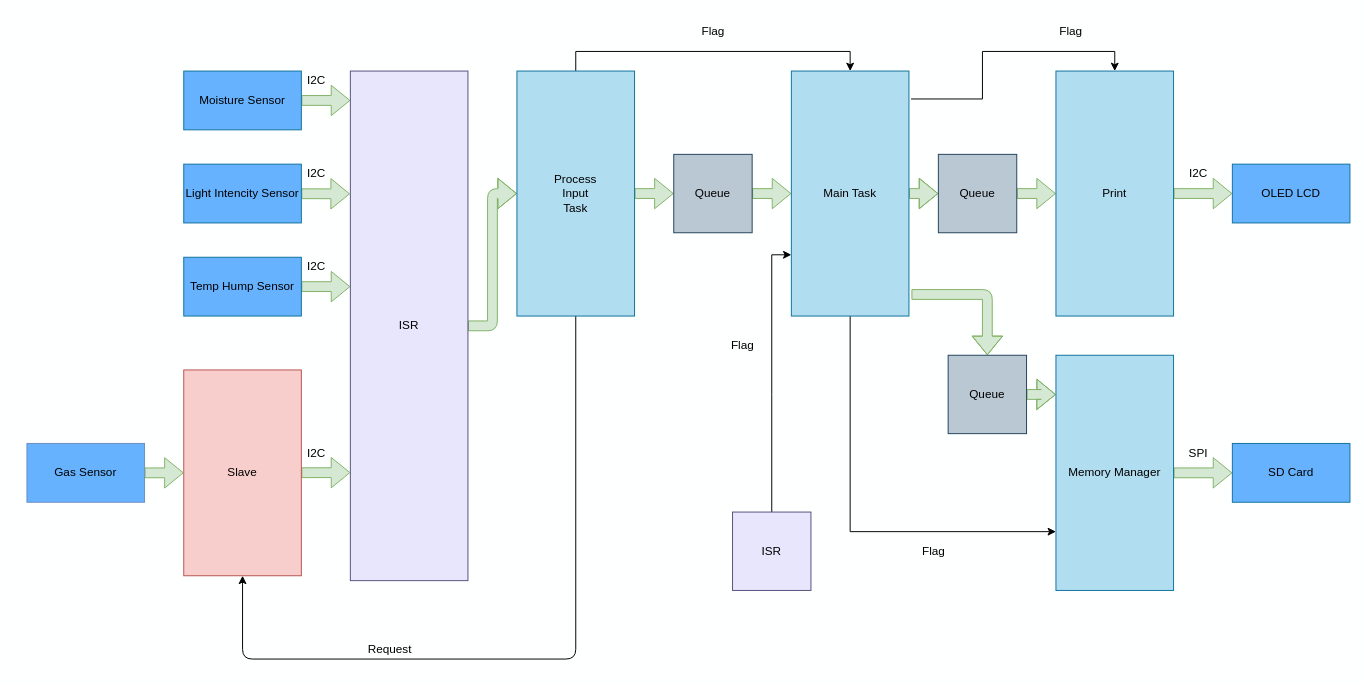
Before: page "DataFlow" (1 of 2) of Blockdiagram.drawio in otaros/CE224, a draw.io diagram. Source tidied: cells renumbered, new cells numbered last; positions are measured from the earlier drawing's top-left corner, leaving out a move shared by most shapes. Both pictures are drawn from the tidied source at 98%, with x=0, y=0 at pixel (26, 17).
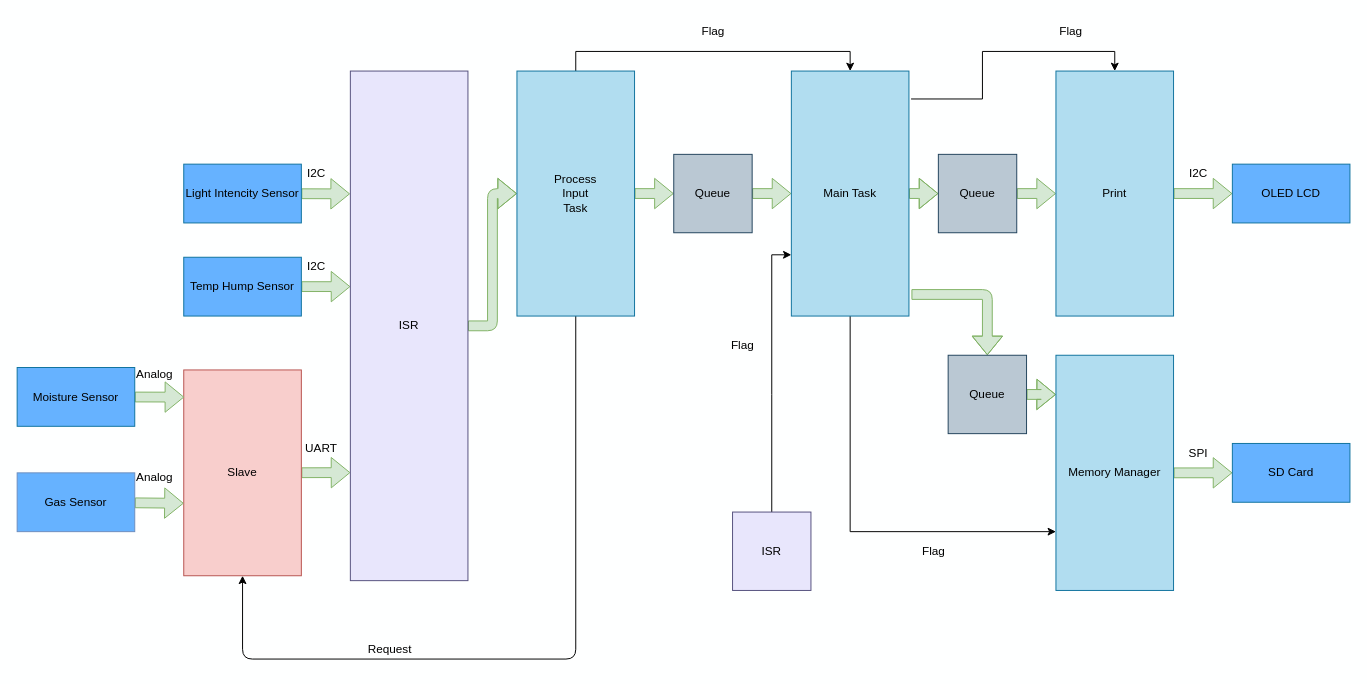
The same page after the edit.

The change refers to these unchanged cells:
```xml
<mxCell id="38" value="Slave" style="rounded=0;whiteSpace=wrap;html=1;fillColor=#f8cecc;strokeColor=#b85450;" parent="1" vertex="1">
  <mxGeometry x="160" y="360" width="120" height="210" as="geometry" />
</mxCell>
```

Change to the diagram source:
```diff
@@
-    <mxCell id="2" style="edgeStyle=none;html=1;shape=flexArrow;fillColor=#d5e8d4;strokeColor=#82b366;" parent="1" edge="1" source="3">
-      <mxGeometry relative="1" as="geometry">
-        <mxPoint x="330" y="85" as="targetPoint" />
-      </mxGeometry>
-    </mxCell>
-    <mxCell id="3" value="Moisture Sensor" style="rounded=0;whiteSpace=wrap;html=1;fillColor=#66B2FF;strokeColor=#10739e;" parent="1" vertex="1">
-      <mxGeometry x="160" y="55" width="120" height="60" as="geometry" />
-    </mxCell>
@@
-    <mxCell id="39" style="edgeStyle=none;shape=flexArrow;html=1;entryX=0;entryY=0.5;entryDx=0;entryDy=0;fillColor=#d5e8d4;strokeColor=#82b366;" parent="1" edge="1" source="40" target="38">
+    <mxCell id="39" style="edgeStyle=none;shape=flexArrow;html=1;entryX=0;entryY=0.648;entryDx=0;entryDy=0;fillColor=#d5e8d4;strokeColor=#82b366;entryPerimeter=0;" parent="1" edge="1" source="40" target="38">
       <mxGeometry relative="1" as="geometry" />
     </mxCell>
     <mxCell id="40" value="Gas Sensor" style="rounded=0;whiteSpace=wrap;html=1;fillColor=#66B2FF;strokeColor=#6c8ebf;" parent="1" vertex="1">
-      <mxGeometry y="435" width="120" height="60" as="geometry" />
+      <mxGeometry x="-10" y="465" width="120" height="60" as="geometry" />
     </mxCell>
@@
-    <mxCell id="42" value="I2C" style="text;html=1;align=center;verticalAlign=middle;strokeColor=none;fillColor=none;" parent="1" vertex="1">
-      <mxGeometry x="280" y="55" width="30" height="20" as="geometry" />
-    </mxCell>
@@
-    <mxCell id="45" value="I2C" style="text;html=1;align=center;verticalAlign=middle;strokeColor=none;fillColor=none;" parent="1" vertex="1">
-      <mxGeometry x="280" y="435" width="30" height="20" as="geometry" />
+    <mxCell id="45" value="UART" style="text;html=1;align=center;verticalAlign=middle;strokeColor=none;fillColor=none;" parent="1" vertex="1">
+      <mxGeometry x="270" y="425" width="60" height="30" as="geometry" />
     </mxCell>
@@
+    <mxCell id="48" style="edgeStyle=none;html=1;shape=flexArrow;fillColor=#d5e8d4;strokeColor=#82b366;entryX=0.004;entryY=0.132;entryDx=0;entryDy=0;entryPerimeter=0;" parent="1" edge="1" source="3" target="38">
+      <mxGeometry relative="1" as="geometry" />
+    </mxCell>
+    <mxCell id="3" value="Moisture Sensor" style="rounded=0;whiteSpace=wrap;html=1;fillColor=#66B2FF;strokeColor=#10739e;" parent="1" vertex="1">
+      <mxGeometry x="-10" y="357.5" width="120" height="60" as="geometry" />
+    </mxCell>
+    <mxCell id="49" value="Analog" style="text;html=1;align=center;verticalAlign=middle;strokeColor=none;fillColor=none;" parent="1" vertex="1">
+      <mxGeometry x="100" y="350" width="60" height="30" as="geometry" />
+    </mxCell>
+    <mxCell id="50" value="Analog" style="text;html=1;align=center;verticalAlign=middle;strokeColor=none;fillColor=none;" parent="1" vertex="1">
+      <mxGeometry x="100" y="455" width="60" height="30" as="geometry" />
+    </mxCell>
```
